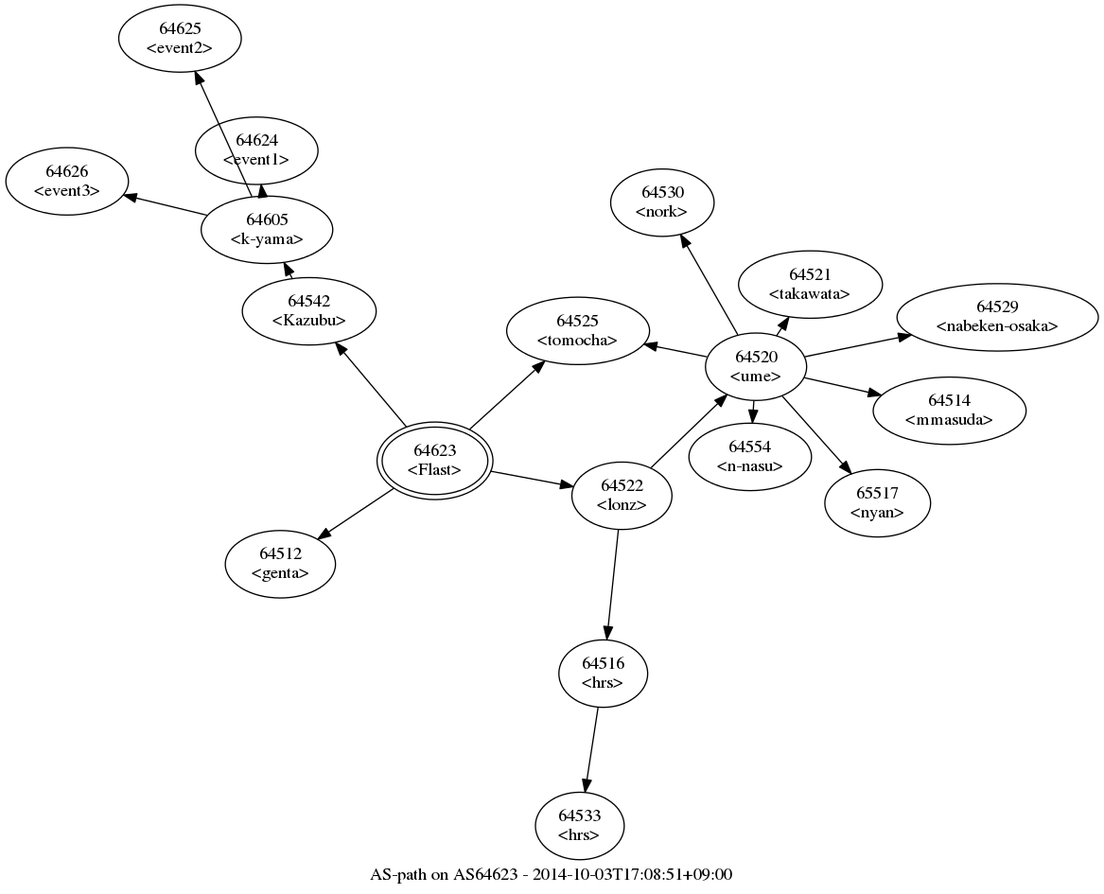
Before: aspath/as64623.png, a diagram exported from Graphviz (Flast/flast.github.io). Its source is kept beside it as aspath/as64623.gv.
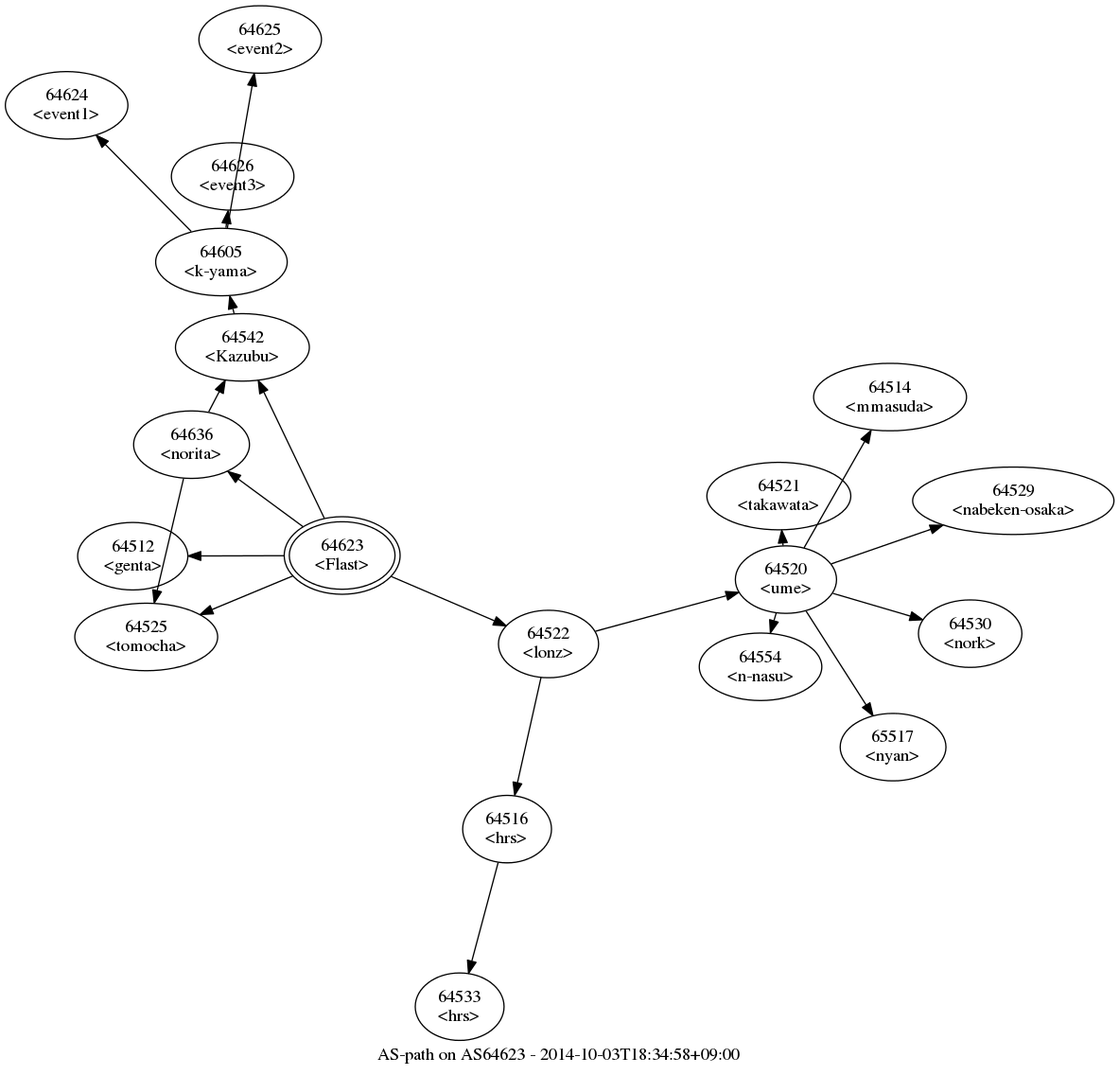
The same diagram one commit later.

Diff of the diagram source:
```diff
@@ -1,102 +1,108 @@
 digraph aspath {
-	graph [bb="0,0,867,701",
+	graph [bb="0,0,982,903",
 		center="",
-		label="AS-path on AS64623 - 2014-10-03T17:08:51+09:00",
+		label="AS-path on AS64623 - 2014-10-03T18:34:58+09:00",
 		layout=fdp,
 		lheight=0.21,
-		lp="433.5,11.5",
+		lp="491,11.5",
 		lwidth=4.00
 	];
 	node [label="\N"];
 	64623	 [height=0.8575,
 		label="64623\n<Flast>",
 		peripheries=2,
-		pos="340.87,339.67",
+		pos="359.51,403.22",
 		width=1.27];
 	64542	 [height=0.74639,
 		label="64542\n<Kazubu>",
-		pos="241.18,458.2",
+		pos="280.66,562.11",
 		width=1.4731];
-	64623 -> 64542	 [pos="e,262.01,433.43 318.25,366.57 303.47,384.14 284.09,407.18 268.45,425.77"];
+	64623 -> 64542	 [pos="e,293.66,535.92 344.86,432.74 331.66,459.34 312.22,498.52 298.19,526.78"];
+	64636	 [height=0.74639,
+		label="64636\n<norita>",
+		pos="219.06,426.54",
+		width=1.2767];
+	64623 -> 64636	 [pos="e,263.69,419.13 315.07,410.6 302,412.77 287.56,415.17 273.92,417.43"];
 	64522	 [height=0.74639,
 		label="64522\n<lonz>",
-		pos="489.07,311.95",
+		pos="532.11,341.5",
 		width=1.0999];
-	64623 -> 64522	 [pos="e,450.45,319.17 384.93,331.43 402.42,328.16 422.59,324.38 440.49,321.03"];
+	64623 -> 64522	 [pos="e,496.86,354.1 399.97,388.75 426.15,379.39 460.26,367.19 487.26,357.54"];
+	64512	 [height=0.74639,
+		label="64512\n<genta>",
+		pos="217.36,491.32",
+		width=1.2178];
+	64623 -> 64512	 [pos="e,248.37,472.09 325.82,424.1 305.18,436.89 278.67,453.32 257.02,466.74"];
 	64525	 [height=0.74639,
 		label="64525\n<tomocha>",
-		pos="454.34,442.69",
+		pos="189.28,353.46",
 		width=1.5713];
-	64623 -> 64525	 [pos="e,427.91,418.69 368.34,364.61 383.89,378.73 403.49,396.53 420.05,411.56"];
-	64512	 [height=0.74639,
-		label="64512\n<genta>",
-		pos="218.3,257.67",
-		width=1.2178];
-	64623 -> 64512	 [pos="e,248.03,277.56 308.34,317.91 292.4,307.24 273.1,294.33 256.46,283.2"];
+	64623 -> 64525	 [pos="e,237.5,367.55 317.43,390.92 296.24,384.73 270.22,377.12 247.17,370.38"];
 	64605	 [height=0.74639,
 		label="64605\n<k-yama>",
-		pos="207.66,522.83",
+		pos="193.04,717.31",
 		width=1.4535];
-	64542 -> 64605	 [pos="e,221.17,496.78 227.55,484.49 227.02,485.5 226.49,486.52 225.96,487.55"];
+	64542 -> 64605	 [pos="e,207.75,691.25 266,588.09 251.4,613.94 228.91,653.78 212.75,682.39"];
 	64624	 [height=0.74639,
 		label="64624\n<event1>",
-		pos="199.54,585.48",
+		pos="49.158,790.67",
 		width=1.3553];
-	64605 -> 64624	 [pos="e,203.03,558.57 204.17,549.76 204.16,549.85 204.15,549.95 204.13,550.04"];
+	64605 -> 64624	 [pos="e,85.403,772.19 155.61,736.39 136.92,745.92 114.16,757.53 94.489,767.56"];
 	64625	 [height=0.74639,
 		label="64625\n<event2>",
-		pos="138.72,674.53",
+		pos="208.49,876.35",
 		width=1.3553];
-	64605 -> 64625	 [pos="e,150.6,648.41 195.65,549.25 184.34,574.16 167.29,611.66 154.81,639.14"];
+	64605 -> 64625	 [pos="e,205.88,849.5 195.66,744.29 198.19,770.41 202.06,810.24 204.89,839.32"];
 	64626	 [height=0.74639,
 		label="64626\n<event3>",
-		pos="49.259,561.25",
+		pos="315.6,803.68",
 		width=1.3553];
-	64605 -> 64626	 [pos="e,94.039,550.39 160.14,534.36 142.45,538.65 122.24,543.55 103.97,547.98"];
+	64605 -> 64626	 [pos="e,285.53,782.49 223.96,739.1 240.17,750.53 260.17,764.62 277.35,776.73"];
+	64636 -> 64542	 [pos="e,268.61,535.59 230.93,452.68 240.46,473.64 253.93,503.28 264.45,526.43"];
+	64636 -> 64525	 [pos="e,200.12,380.05 208.31,400.15 206.89,396.68 205.42,393.07 203.95,389.47"];
 	64520	 [height=0.74639,
 		label="64520\n<ume>",
-		pos="595.41,414.25",
+		pos="718.89,370.77",
 		width=1.1196];
-	64522 -> 64520	 [pos="e,572.38,392.1 512.14,334.15 527.61,349.03 548.15,368.78 564.95,384.95"];
+	64522 -> 64520	 [pos="e,679.6,364.61 570.81,347.56 599.42,352.05 638.6,358.18 669.47,363.02"];
 	64516	 [height=0.74639,
 		label="64516\n<hrs>",
-		pos="474.28,170.96",
+		pos="493.85,181.87",
 		width=0.98209];
-	64522 -> 64516	 [pos="e,477.14,198.19 486.25,285.1 483.98,263.38 480.74,232.56 478.21,208.42"];
+	64522 -> 64516	 [pos="e,500.21,208.41 525.71,314.78 519.37,288.34 509.62,247.68 502.58,218.29"];
 	64554	 [height=0.74639,
 		label="64554\n<n-nasu>",
-		pos="590.77,342.76",
+		pos="733.74,220.53",
 		width=1.3553];
-	64520 -> 64554	 [pos="e,592.53,369.83 593.66,387.22 593.5,384.82 593.34,382.36 593.18,379.9"];
+	64520 -> 64554	 [pos="e,731.09,247.41 721.55,343.91 723.93,319.84 727.44,284.31 730.08,257.55"];
 	64530	 [height=0.74639,
 		label="64530\n<nork>",
-		pos="521.15,544.31",
+		pos="868.49,351.75",
 		width=1.1392];
-	64520 -> 64530	 [pos="e,535.61,518.98 580.92,439.63 569.42,459.78 553.23,488.12 540.6,510.24"];
+	64520 -> 64530	 [pos="e,828.08,356.89 758.59,365.72 776.78,363.41 798.56,360.64 817.92,358.18"];
 	64529	 [height=0.74639,
 		label="64529\n<nabeken-osaka>",
-		pos="786.97,453.4",
+		pos="901.62,444.66",
 		width=2.2195];
-	64520 -> 64529	 [pos="e,718.42,439.39 634.18,422.17 655.51,426.53 682.77,432.1 708.34,437.33"];
-	64520 -> 64525	 [pos="e,506.6,432.15 556.49,422.1 544.09,424.6 530.04,427.43 516.42,430.18"];
+	64520 -> 64529	 [pos="e,850.36,423.93 753.69,384.84 778.25,394.77 811.8,408.34 840.74,420.04"];
 	64521	 [height=0.74639,
 		label="64521\n<takawata>",
-		pos="638.58,479.41",
+		pos="720.44,439.22",
 		width=1.591];
-	64520 -> 64521	 [pos="e,621.38,453.44 611.73,438.88 613.01,440.82 614.32,442.79 615.63,444.77"];
+	64520 -> 64521	 [pos="e,719.82,411.92 719.5,397.82 719.53,399.13 719.56,400.44 719.59,401.77"];
 	64514	 [height=0.74639,
 		label="64514\n<mmasuda>",
-		pos="748.9,379.33",
+		pos="805.83,523.25",
 		width=1.6892];
-	64520 -> 64514	 [pos="e,694.56,391.69 633.75,405.53 649.11,402.03 667.24,397.91 684.52,393.98"];
+	64520 -> 64514	 [pos="e,790.87,497.01 733.25,395.95 747.61,421.14 769.82,460.09 785.89,488.27"];
 	65517	 [height=0.74639,
 		label="65517\n<nyan>",
-		pos="691.86,306.02",
+		pos="834.37,274.83",
 		width=1.1589];
-	64520 -> 65517	 [pos="e,670.87,329.57 616.1,391.03 630.12,375.3 648.8,354.34 664.1,337.17"];
+	64520 -> 65517	 [pos="e,808.69,296.16 744.23,349.71 760.82,335.94 782.67,317.78 800.7,302.8"];
 	64533	 [height=0.74639,
 		label="64533\n<hrs>",
-		pos="455.69,50.183",
+		pos="459.92,50.25",
 		width=0.98209];
-	64516 -> 64533	 [pos="e,459.81,76.912 470.16,144.16 467.57,127.35 464.2,105.45 461.36,87.017"];
+	64516 -> 64533	 [pos="e,466.77,76.845 486.99,155.23 481.9,135.52 474.92,108.43 469.32,86.711"];
 }
```
